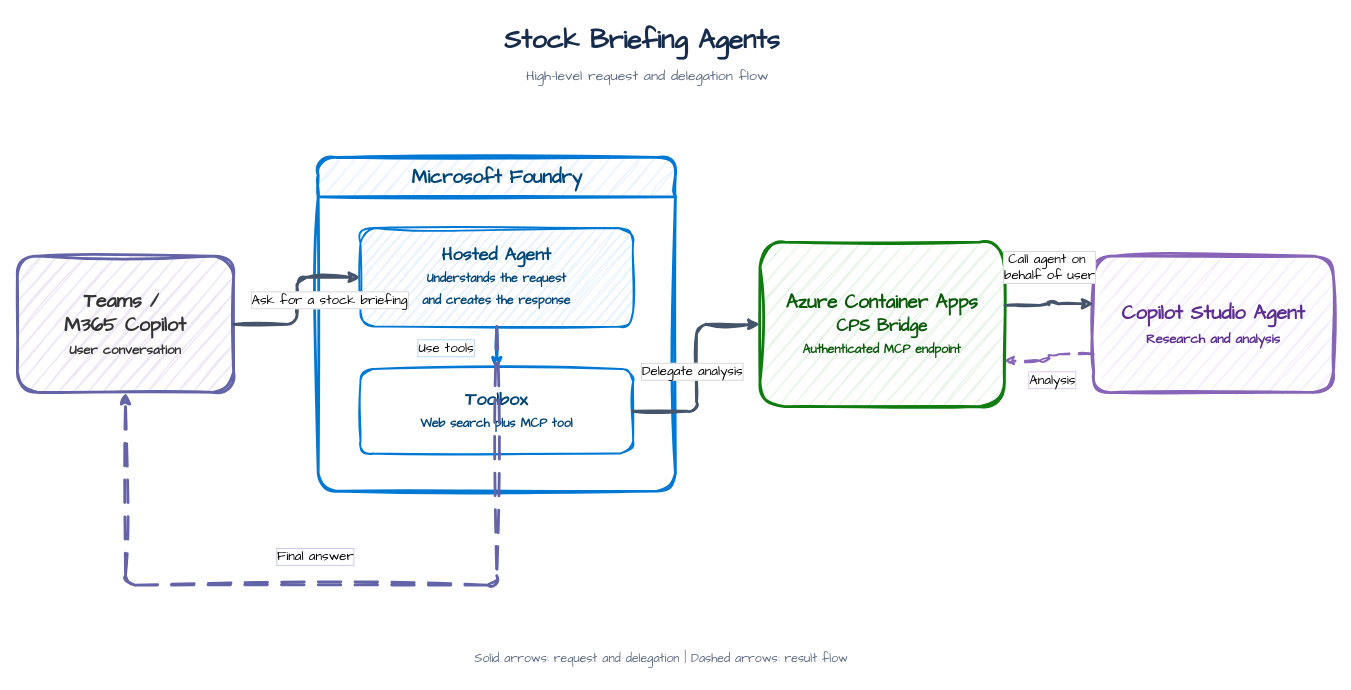
Earlier version of the draw.io diagram foundry-cps-stock-agent/docs/architecture-highlevel.drawio (cplemm/MultiAgentCrossPlatform). Source tidied: cells renumbered, new cells numbered last; positions are measured from the earlier drawing's top-left corner, leaving out a move shared by most shapes. Both pictures are drawn from the tidied source at 94%, with x=0, y=0 at pixel (17, 16).
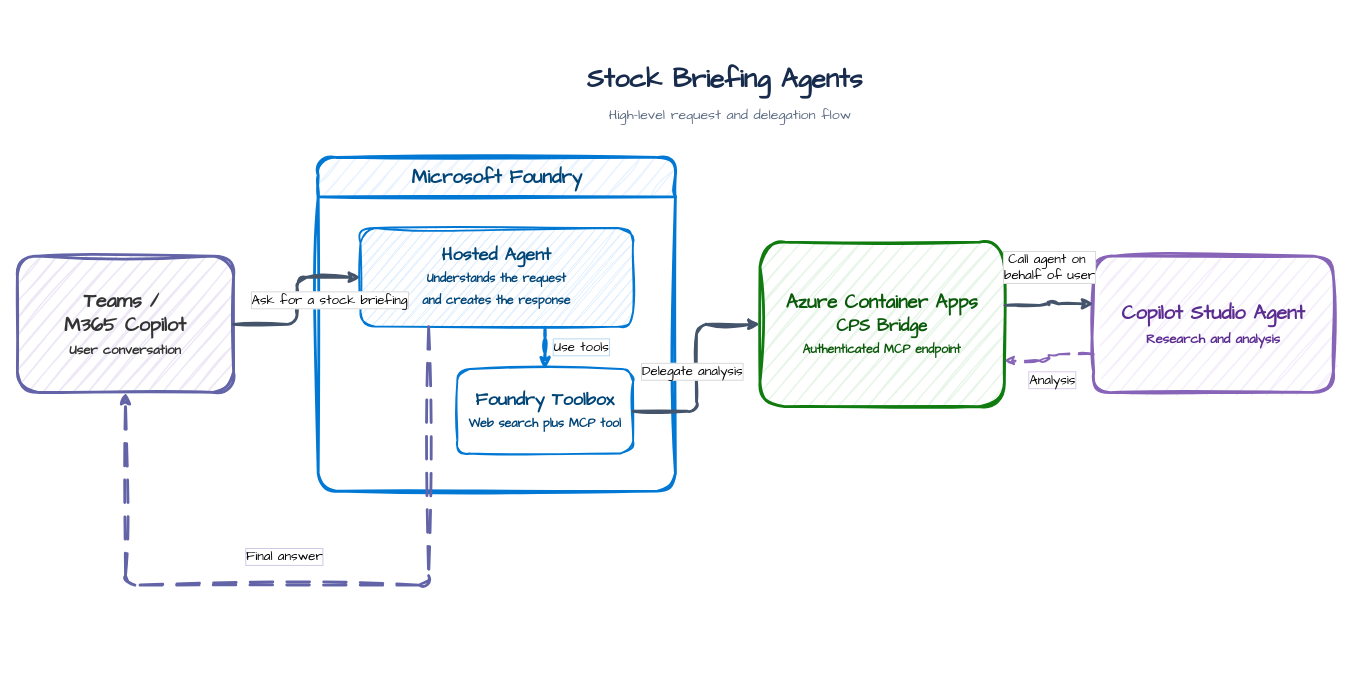
The same page after the edit.

What changed in the source:
```diff
@@
 <mxGraphModel>
   <root>
     <mxCell id="0" />
     <mxCell id="1" parent="0" />
     <mxCell id="2" value="Stock Briefing Agents&amp;nbsp;" style="text;html=1;strokeColor=none;fillColor=none;align=center;verticalAlign=middle;fontSize=28;fontStyle=1;fontFamily=Comic Sans MS;fontColor=#172B4D;" parent="1" vertex="1">
-      <mxGeometry x="420" width="500" height="50" as="geometry" />
+      <mxGeometry x="508" y="42" width="500" height="50" as="geometry" />
     </mxCell>
     <mxCell id="3" value="High-level request and delegation flow" style="text;html=1;strokeColor=none;fillColor=none;align=center;verticalAlign=middle;fontSize=15;fontFamily=Comic Sans MS;fontColor=#5E6C84;" parent="1" vertex="1">
-      <mxGeometry x="420" y="45" width="500" height="35" as="geometry" />
+      <mxGeometry x="508" y="87" width="500" height="35" as="geometry" />
     </mxCell>
     <mxCell id="4" value="Teams /&amp;nbsp;&lt;div&gt;M365 Copilot&lt;br&gt;&lt;font style=&quot;font-size:14px&quot;&gt;User conversation&lt;/font&gt;&lt;/div&gt;" style="rounded=1;whiteSpace=wrap;html=1;sketch=1;comic=1;jiggle=2;fillColor=#EDE7F6;strokeColor=#6264A7;strokeWidth=3;fontColor=#333333;fontSize=21;fontStyle=1;fontFamily=Comic Sans MS;shadow=0;" parent="1" vertex="1">
       <mxGeometry y="255" width="230" height="145" as="geometry" />
     </mxCell>
     <mxCell id="5" value="Microsoft Foundry" style="swimlane;html=1;rounded=1;startSize=42;horizontal=1;sketch=1;comic=1;jiggle=2;fillColor=#EAF3FF;strokeColor=#0078D4;strokeWidth=3;fontColor=#004578;fontSize=20;fontStyle=1;fontFamily=Comic Sans MS;" parent="1" vertex="1">
       <mxGeometry x="320" y="150" width="380" height="355" as="geometry" />
     </mxCell>
     <mxCell id="6" value="Hosted Agent&lt;br&gt;&lt;font style=&quot;font-size:13px&quot;&gt;Understands the request&lt;br&gt;and creates the response&lt;/font&gt;" style="rounded=1;whiteSpace=wrap;html=1;sketch=1;comic=1;jiggle=2;fillColor=#DAECFF;strokeColor=#0078D4;strokeWidth=2;fontColor=#004578;fontSize=19;fontStyle=1;fontFamily=Comic Sans MS;" parent="1" vertex="1">
       <mxGeometry x="365" y="225" width="290" height="105" as="geometry" />
     </mxCell>
-    <mxCell id="7" value="Toolbox&lt;br&gt;&lt;font style=&quot;font-size:13px&quot;&gt;Web search plus MCP tool&lt;/font&gt;" style="rounded=1;whiteSpace=wrap;html=1;sketch=1;comic=1;jiggle=2;fillColor=#FFFFFF;strokeColor=#0078D4;strokeWidth=2;fontColor=#004578;fontSize=19;fontStyle=1;fontFamily=Comic Sans MS;" parent="1" vertex="1">
-      <mxGeometry x="365" y="375" width="290" height="90" as="geometry" />
+    <mxCell id="7" value="Foundry Toolbox&lt;br&gt;&lt;font style=&quot;font-size:13px&quot;&gt;Web search plus MCP tool&lt;/font&gt;" style="rounded=1;whiteSpace=wrap;html=1;sketch=1;comic=1;jiggle=2;fillColor=#FFFFFF;strokeColor=#0078D4;strokeWidth=2;fontColor=#004578;fontSize=19;fontStyle=1;fontFamily=Comic Sans MS;" parent="1" vertex="1">
+      <mxGeometry x="468" y="375" width="187" height="90" as="geometry" />
     </mxCell>
     <mxCell id="8" value="Azure Container Apps&lt;br&gt;&lt;font style=&quot;font-size:18px&quot;&gt;CPS Bridge&lt;/font&gt;&lt;br&gt;&lt;font style=&quot;font-size:13px&quot;&gt;Authenticated MCP endpoint&lt;/font&gt;" style="rounded=1;whiteSpace=wrap;html=1;sketch=1;comic=1;jiggle=2;fillColor=#E8F5E9;strokeColor=#107C10;strokeWidth=3;fontColor=#0B5A0B;fontSize=20;fontStyle=1;fontFamily=Comic Sans MS;" parent="1" vertex="1">
       <mxGeometry x="790" y="240" width="260" height="175" as="geometry" />
     </mxCell>
     <mxCell id="9" value="Copilot Studio Agent&lt;br&gt;&lt;font style=&quot;font-size:14px&quot;&gt;Research and analysis&lt;/font&gt;" style="rounded=1;whiteSpace=wrap;html=1;sketch=1;comic=1;jiggle=2;fillColor=#F5EEFB;strokeColor=#8764B8;strokeWidth=3;fontColor=#5C2D91;fontSize=21;fontStyle=1;fontFamily=Comic Sans MS;" parent="1" vertex="1">
       <mxGeometry x="1145" y="255" width="255" height="145" as="geometry" />
     </mxCell>
     <mxCell id="10" value="Ask for a stock briefing" style="edgeStyle=orthogonalEdgeStyle;rounded=1;jettySize=auto;html=1;sketch=1;comic=1;jiggle=2;strokeColor=#44546A;strokeWidth=3;endArrow=classic;endFill=1;fontFamily=Comic Sans MS;fontSize=14;labelBackgroundColor=#FFFFFF;labelBorderColor=#D6D6D6;spacing=5;" parent="1" edge="1" source="4" target="6">
       <mxGeometry y="-34" relative="1" as="geometry" />
     </mxCell>
-    <mxCell id="11" value="Use tools" style="edgeStyle=orthogonalEdgeStyle;rounded=1;jettySize=auto;html=1;sketch=1;comic=1;jiggle=2;strokeColor=#0078D4;strokeWidth=3;endArrow=classic;endFill=1;fontFamily=Comic Sans MS;fontSize=14;labelBackgroundColor=#FFFFFF;labelBorderColor=#B3D7F2;spacing=5;" parent="1" edge="1" source="6" target="7">
-      <mxGeometry y="-54" relative="1" as="geometry" />
+    <mxCell id="11" value="Use tools" style="edgeStyle=orthogonalEdgeStyle;rounded=1;jettySize=auto;html=1;sketch=1;comic=1;jiggle=2;strokeColor=#0078D4;strokeWidth=3;endArrow=classic;endFill=1;fontFamily=Comic Sans MS;fontSize=14;labelBackgroundColor=#FFFFFF;labelBorderColor=#B3D7F2;spacing=5;exitX=0.677;exitY=1.006;exitDx=0;exitDy=0;exitPerimeter=0;" parent="1" edge="1" source="6" target="7">
+      <mxGeometry x="-0.01" y="38" relative="1" as="geometry" />
     </mxCell>
     <mxCell id="12" value="Delegate analysis" style="edgeStyle=orthogonalEdgeStyle;rounded=1;jettySize=auto;html=1;sketch=1;comic=1;jiggle=2;strokeColor=#44546A;strokeWidth=3;endArrow=classic;endFill=1;fontFamily=Comic Sans MS;fontSize=14;labelBackgroundColor=#FFFFFF;labelBorderColor=#D6D6D6;spacing=5;" parent="1" edge="1" source="7" target="8">
       <mxGeometry x="-0.03" y="6" relative="1" as="geometry">
         <mxPoint x="1" as="offset" />
       </mxGeometry>
     </mxCell>
     <mxCell id="13" value="Call agent on&amp;nbsp;&lt;div&gt;behalf of user&lt;/div&gt;" style="edgeStyle=orthogonalEdgeStyle;rounded=1;jettySize=auto;html=1;sketch=1;comic=1;jiggle=2;strokeColor=#44546A;strokeWidth=3;endArrow=classic;endFill=1;fontFamily=Comic Sans MS;fontSize=14;labelBackgroundColor=#FFFFFF;labelBorderColor=#D6D6D6;spacing=5;exitX=1.002;exitY=0.385;entryX=0;entryY=0.35;exitDx=0;exitDy=0;exitPerimeter=0;" parent="1" edge="1" source="8" target="9">
       <mxGeometry x="0.01" y="39" relative="1" as="geometry" />
     </mxCell>
     <mxCell id="14" value="Analysis" style="edgeStyle=orthogonalEdgeStyle;rounded=1;jettySize=auto;html=1;sketch=1;comic=1;jiggle=2;strokeColor=#8764B8;strokeWidth=2;dashed=1;dashPattern=8 5;endArrow=classic;endFill=1;fontFamily=Comic Sans MS;fontSize=14;labelBackgroundColor=#FFFFFF;labelBorderColor=#D7C8E8;spacing=5;exitX=0;exitY=0.72;entryX=1;entryY=0.72;" parent="1" edge="1" source="9" target="8">
       <mxGeometry x="0.07" y="21" relative="1" as="geometry">
         <mxPoint x="3" as="offset" />
       </mxGeometry>
     </mxCell>
-    <mxCell id="15" value="Final answer" style="edgeStyle=orthogonalEdgeStyle;rounded=1;jettySize=auto;html=1;sketch=1;comic=1;jiggle=2;strokeColor=#6264A7;strokeWidth=3;dashed=1;dashPattern=8 5;endArrow=classic;endFill=1;fontFamily=Comic Sans MS;fontSize=14;labelBackgroundColor=#FFFFFF;labelBorderColor=#C9C9E8;spacing=5;exitX=0.5;exitY=1;entryX=0.5;entryY=1;" parent="1" edge="1" source="6" target="4">
+    <mxCell id="15" value="Final answer" style="edgeStyle=orthogonalEdgeStyle;rounded=1;jettySize=auto;html=1;sketch=1;comic=1;jiggle=2;strokeColor=#6264A7;strokeWidth=3;dashed=1;dashPattern=8 5;endArrow=classic;endFill=1;fontFamily=Comic Sans MS;fontSize=14;labelBackgroundColor=#FFFFFF;labelBorderColor=#C9C9E8;spacing=5;exitX=0.25;exitY=1;entryX=0.5;entryY=1;exitDx=0;exitDy=0;" parent="1" edge="1" source="6" target="4">
       <mxGeometry x="0.07" y="-30" relative="1" as="geometry">
         <Array as="points">
-          <mxPoint x="510" y="605" />
+          <mxPoint x="437.5" y="605" />
           <mxPoint x="115" y="605" />
         </Array>
       </mxGeometry>
     </mxCell>
-    <mxCell id="16" value="Solid arrows: request and delegation   |   Dashed arrows: result flow" style="text;html=1;strokeColor=none;fillColor=none;align=center;verticalAlign=middle;fontSize=13;fontFamily=Comic Sans MS;fontColor=#5E6C84;" parent="1" vertex="1">
-      <mxGeometry x="385" y="665" width="600" height="35" as="geometry" />
-    </mxCell>
   </root>
 </mxGraphModel>
```
